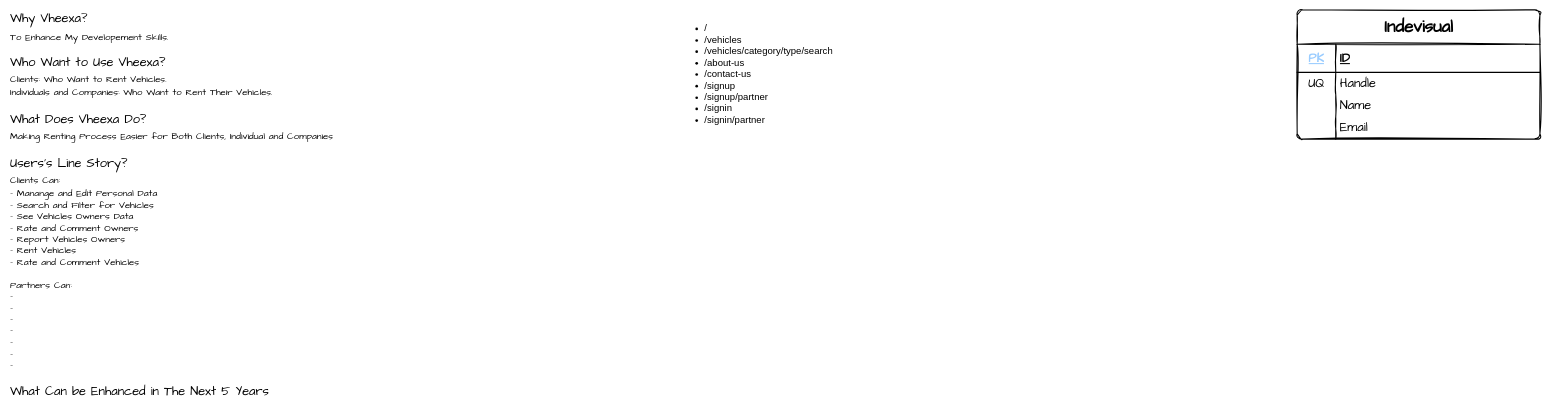
Before: .drawio in alramadi-git/Vheexa, a draw.io diagram. Source tidied: cells renumbered, new cells numbered last; positions are measured from the earlier drawing's top-left corner, leaving out a move shared by most shapes. Both pictures are drawn from the tidied source at 53%, with x=0, y=0 at pixel (9, 10).
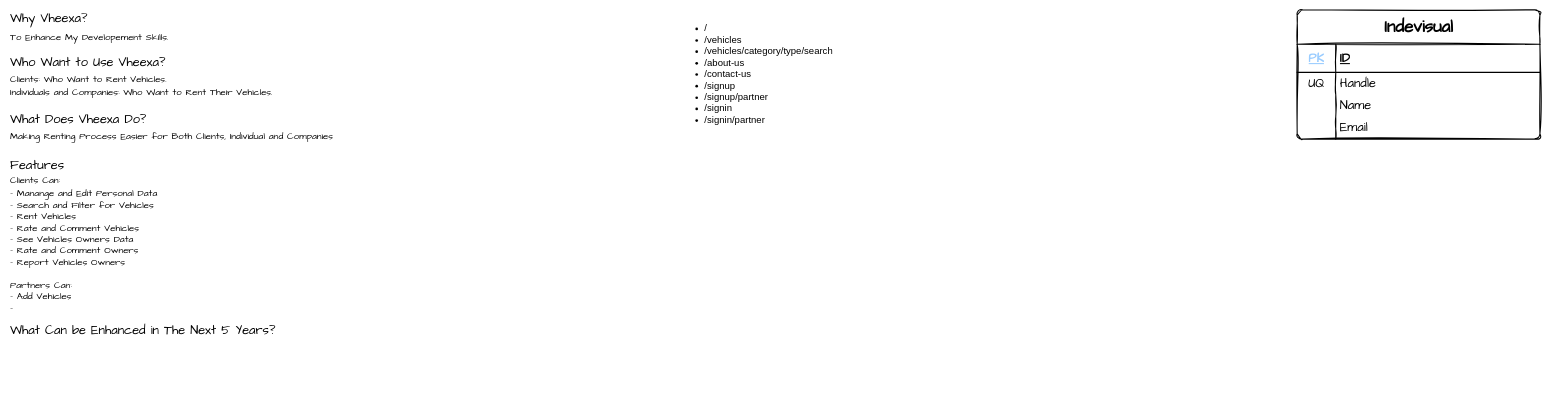
The same page after the edit.

Diff of the diagram source:
```diff
@@
 <mxGraphModel>
   <root>
     <mxCell id="0" />
     <mxCell id="1" parent="0" />
     <mxCell id="2" value="Indevisual" style="shape=table;startSize=65;childLayout=tableLayout;rowLines=0;fontStyle=1;align=center;html=1;rounded=1;absoluteArcSize=1;fontSize=32;sketch=1;curveFitting=1;jiggle=2;swimlaneLine=1;strokeWidth=2;fontFamily=Comic Sans MS;" parent="1" vertex="1">
       <mxGeometry x="2430" width="458" height="244" as="geometry" />
     </mxCell>
     <mxCell id="3" style="shape=tableRow;horizontal=0;startSize=0;swimlaneHead=0;swimlaneBody=0;fillColor=none;top=0;left=0;right=0;bottom=1;rounded=1;strokeWidth=2;fontFamily=Comic Sans MS;" parent="2" vertex="1">
       <mxGeometry y="65" width="458" height="53" as="geometry" />
     </mxCell>
     <mxCell id="4" value="&lt;span&gt;&lt;font&gt;PK&lt;/font&gt;&lt;/span&gt;" style="shape=partialRectangle;fillColor=none;top=0;left=0;bottom=0;right=0;fontStyle=5;overflow=hidden;whiteSpace=wrap;html=1;rounded=1;verticalAlign=middle;align=center;labelBackgroundColor=none;labelBorderColor=none;textShadow=0;strokeWidth=2;fontColor=light-dark(#99CCFF,#FFFFFF);fontSize=24;labelPosition=center;verticalLabelPosition=middle;fontFamily=Comic Sans MS;" parent="3" vertex="1">
       <mxGeometry width="72.8" height="53" as="geometry" />
     </mxCell>
     <mxCell id="5" value="ID" style="shape=partialRectangle;fillColor=none;top=0;left=0;bottom=0;right=0;align=left;spacingLeft=6;fontStyle=5;overflow=hidden;whiteSpace=wrap;html=1;rounded=1;fontSize=24;strokeWidth=2;fontFamily=Comic Sans MS;" parent="3" vertex="1">
       <mxGeometry x="72.8" width="385.2" height="53" as="geometry" />
     </mxCell>
     <mxCell id="6" style="shape=tableRow;horizontal=0;startSize=0;swimlaneHead=0;swimlaneBody=0;fillColor=none;top=0;left=0;right=0;bottom=0;rounded=1;fontFamily=Comic Sans MS;" parent="2" vertex="1">
       <mxGeometry y="118" width="458" height="42" as="geometry" />
     </mxCell>
     <mxCell id="7" value="UQ" style="shape=partialRectangle;fillColor=none;top=0;left=0;bottom=0;right=0;overflow=hidden;whiteSpace=wrap;html=1;rounded=1;fontSize=24;fontFamily=Comic Sans MS;" parent="6" vertex="1">
       <mxGeometry width="72.8" height="42" as="geometry" />
     </mxCell>
     <mxCell id="8" value="Handle" style="shape=partialRectangle;fillColor=none;top=0;left=0;bottom=0;right=0;align=left;spacingLeft=6;overflow=hidden;whiteSpace=wrap;html=1;rounded=1;fontSize=24;fontFamily=Comic Sans MS;" parent="6" vertex="1">
       <mxGeometry x="72.8" width="385.2" height="42" as="geometry" />
     </mxCell>
     <mxCell id="9" style="shape=tableRow;horizontal=0;startSize=0;swimlaneHead=0;swimlaneBody=0;fillColor=none;top=0;left=0;right=0;bottom=0;rounded=1;fontFamily=Comic Sans MS;" parent="2" vertex="1">
       <mxGeometry y="160" width="458" height="42" as="geometry" />
     </mxCell>
     <mxCell id="10" style="shape=partialRectangle;fillColor=none;top=0;left=0;bottom=0;right=0;overflow=hidden;whiteSpace=wrap;html=1;rounded=1;fontSize=24;fontFamily=Comic Sans MS;" parent="9" vertex="1">
       <mxGeometry width="72.8" height="42" as="geometry" />
     </mxCell>
     <mxCell id="11" value="Name" style="shape=partialRectangle;fillColor=none;top=0;left=0;bottom=0;right=0;align=left;spacingLeft=6;overflow=hidden;whiteSpace=wrap;html=1;rounded=1;fontSize=24;fontFamily=Comic Sans MS;" parent="9" vertex="1">
       <mxGeometry x="72.8" width="385.2" height="42" as="geometry" />
     </mxCell>
     <mxCell id="12" style="shape=tableRow;horizontal=0;startSize=0;swimlaneHead=0;swimlaneBody=0;fillColor=none;top=0;left=0;right=0;bottom=0;rounded=1;fontFamily=Comic Sans MS;" parent="2" vertex="1">
       <mxGeometry y="202" width="458" height="42" as="geometry" />
     </mxCell>
     <mxCell id="13" style="shape=partialRectangle;fillColor=none;top=0;left=0;bottom=0;right=0;overflow=hidden;whiteSpace=wrap;html=1;rounded=1;fontSize=24;fontFamily=Comic Sans MS;" parent="12" vertex="1">
       <mxGeometry width="72.8" height="42" as="geometry" />
     </mxCell>
     <mxCell id="14" value="Email" style="shape=partialRectangle;fillColor=none;top=0;left=0;bottom=0;right=0;align=left;spacingLeft=6;overflow=hidden;whiteSpace=wrap;html=1;rounded=1;fontSize=24;fontFamily=Comic Sans MS;" parent="12" vertex="1">
       <mxGeometry x="72.8" width="385.2" height="42" as="geometry" />
     </mxCell>
-    <mxCell id="15" value="&lt;h1 style=&quot;margin-top: 0px; line-height: 90%;&quot;&gt;&lt;span style=&quot;background-color: transparent; font-weight: normal;&quot;&gt;Why Vheexa?&lt;/span&gt;&lt;/h1&gt;&lt;div style=&quot;line-height: 90%;&quot;&gt;&lt;div&gt;&lt;span style=&quot;background-color: transparent; font-size: 18px; line-height: 90%;&quot;&gt;To Enhance My Developement Skills.&lt;/span&gt;&lt;/div&gt;&lt;/div&gt;&lt;div&gt;&lt;span style=&quot;font-size: 18px; background-color: transparent;&quot;&gt;&lt;br&gt;&lt;/span&gt;&lt;/div&gt;&lt;div style=&quot;line-height: 150%;&quot;&gt;&lt;font style=&quot;font-size: 24px; line-height: 150%;&quot;&gt;Who Want to Use Vheexa?&lt;/font&gt;&lt;/div&gt;&lt;div style=&quot;line-height: 150%;&quot;&gt;&lt;span style=&quot;font-size: 18px; line-height: 150%;&quot;&gt;Clients: Who Want to Rent Vehicles.&lt;/span&gt;&lt;/div&gt;&lt;div&gt;&lt;font style=&quot;font-size: 18px;&quot;&gt;&lt;span style=&quot;&quot;&gt;Individuals and Companies: Who Want to Rent Their Vehicles.&lt;/span&gt;&lt;/font&gt;&lt;/div&gt;&lt;div&gt;&lt;font style=&quot;font-size: 18px;&quot;&gt;&lt;span style=&quot;&quot;&gt;&lt;br&gt;&lt;/span&gt;&lt;/font&gt;&lt;/div&gt;&lt;div style=&quot;line-height: 150%;&quot;&gt;&lt;font style=&quot;font-size: 24px; line-height: 150%;&quot;&gt;&lt;span&gt;What Does Vheexa Do?&lt;/span&gt;&lt;/font&gt;&lt;/div&gt;&lt;div style=&quot;line-height: 150%;&quot;&gt;&lt;span style=&quot;font-size: 18px; text-wrap-mode: nowrap; line-height: 150%;&quot;&gt;Making Renting Process Easier for Both Clients, Individual and Companies&lt;/span&gt;&lt;/div&gt;&lt;div&gt;&lt;span style=&quot;font-size: 18px; text-wrap-mode: nowrap;&quot;&gt;&lt;br&gt;&lt;/span&gt;&lt;/div&gt;&lt;div style=&quot;line-height: 150%;&quot;&gt;&lt;span style=&quot;font-size: 24px; line-height: 150%;&quot;&gt;Users's Line Story?&lt;/span&gt;&lt;/div&gt;&lt;div style=&quot;line-height: 150%;&quot;&gt;&lt;span style=&quot;font-size: 18px; text-wrap-mode: nowrap; background-color: transparent; line-height: 150%;&quot;&gt;Clients Can:&lt;/span&gt;&lt;/div&gt;&lt;div style=&quot;text-wrap-mode: nowrap;&quot;&gt;&lt;div style=&quot;&quot;&gt;&lt;span style=&quot;font-size: 18px; background-color: transparent;&quot;&gt;- Manange and Edit Personal Data&lt;/span&gt;&lt;/div&gt;&lt;div style=&quot;&quot;&gt;&lt;font style=&quot;font-size: 18px;&quot;&gt;- Search&amp;nbsp;&lt;span style=&quot;&quot;&gt;and&lt;/span&gt;&amp;nbsp;Filter for Vehicles&lt;/font&gt;&lt;/div&gt;&lt;div style=&quot;&quot;&gt;&lt;font style=&quot;font-size: 18px;&quot;&gt;&lt;font&gt;- See&amp;nbsp;&lt;/font&gt;&lt;span style=&quot;background-color: transparent;&quot;&gt;Vehicles Owners Data&lt;/span&gt;&lt;/font&gt;&lt;/div&gt;&lt;div style=&quot;&quot;&gt;&lt;font style=&quot;font-size: 18px;&quot;&gt;&lt;font style=&quot;&quot;&gt;- R&lt;/font&gt;&lt;span style=&quot;background-color: transparent;&quot;&gt;ate&amp;nbsp;&lt;/span&gt;&lt;span style=&quot;&quot;&gt;and&lt;/span&gt;&lt;span style=&quot;background-color: transparent;&quot;&gt;&amp;nbsp;Comment Owners&lt;/span&gt;&lt;/font&gt;&lt;/div&gt;&lt;div style=&quot;&quot;&gt;&lt;span style=&quot;background-color: transparent;&quot;&gt;&lt;font style=&quot;font-size: 18px;&quot;&gt;- Report Vehicles Owners&lt;/font&gt;&lt;/span&gt;&lt;/div&gt;&lt;div style=&quot;&quot;&gt;&lt;span style=&quot;background-color: transparent;&quot;&gt;&lt;font style=&quot;font-size: 18px;&quot;&gt;- Rent Vehicles&lt;/font&gt;&lt;/span&gt;&lt;/div&gt;&lt;div style=&quot;&quot;&gt;&lt;font style=&quot;font-size: 18px;&quot;&gt;&lt;span style=&quot;background-color: transparent;&quot;&gt;- R&lt;/span&gt;&lt;span style=&quot;background-color: transparent;&quot;&gt;ate&amp;nbsp;&lt;/span&gt;&lt;span style=&quot;&quot;&gt;and&lt;/span&gt;&lt;span style=&quot;background-color: transparent;&quot;&gt;&amp;nbsp;Comment Vehicles&lt;/span&gt;&lt;/font&gt;&lt;/div&gt;&lt;div style=&quot;&quot;&gt;&lt;span style=&quot;background-color: transparent;&quot;&gt;&lt;font style=&quot;font-size: 18px;&quot;&gt;&lt;br&gt;&lt;/font&gt;&lt;/span&gt;&lt;/div&gt;&lt;div style=&quot;&quot;&gt;&lt;font style=&quot;font-size: 18px;&quot;&gt;Partners Can:&lt;/font&gt;&lt;/div&gt;&lt;div style=&quot;&quot;&gt;&lt;font style=&quot;font-size: 18px;&quot;&gt;-&lt;/font&gt;&lt;/div&gt;&lt;div style=&quot;&quot;&gt;&lt;font style=&quot;font-size: 18px;&quot;&gt;-&lt;/font&gt;&lt;/div&gt;&lt;div style=&quot;&quot;&gt;&lt;font style=&quot;font-size: 18px;&quot;&gt;-&lt;/font&gt;&lt;/div&gt;&lt;div style=&quot;&quot;&gt;&lt;font style=&quot;font-size: 18px;&quot;&gt;-&lt;/font&gt;&lt;/div&gt;&lt;div style=&quot;&quot;&gt;&lt;font style=&quot;font-size: 18px;&quot;&gt;-&lt;/font&gt;&lt;/div&gt;&lt;div style=&quot;&quot;&gt;&lt;font style=&quot;font-size: 18px;&quot;&gt;-&lt;/font&gt;&lt;/div&gt;&lt;div style=&quot;&quot;&gt;&lt;font style=&quot;font-size: 18px;&quot;&gt;-&lt;/font&gt;&lt;/div&gt;&lt;div style=&quot;&quot;&gt;&lt;font style=&quot;font-size: 18px;&quot;&gt;&lt;br&gt;&lt;/font&gt;&lt;/div&gt;&lt;div style=&quot;&quot;&gt;&lt;font style=&quot;font-size: 24px;&quot;&gt;&lt;div style=&quot;text-wrap-mode: wrap; line-height: 150%;&quot;&gt;What Can be Enhanced in The Next 5 Years&lt;/div&gt;&lt;/font&gt;&lt;/div&gt;&lt;/div&gt;" style="text;html=1;whiteSpace=wrap;overflow=hidden;rounded=0;fontFamily=Comic Sans MS;fontStyle=0;fontColor=default;" parent="1" vertex="1">
+    <mxCell id="15" value="&lt;h1 style=&quot;margin-top: 0px; line-height: 90%;&quot;&gt;&lt;span style=&quot;background-color: transparent; font-weight: normal;&quot;&gt;Why Vheexa?&lt;/span&gt;&lt;/h1&gt;&lt;div style=&quot;line-height: 90%;&quot;&gt;&lt;div&gt;&lt;span style=&quot;background-color: transparent; font-size: 18px; line-height: 90%;&quot;&gt;To Enhance My Developement Skills.&lt;/span&gt;&lt;/div&gt;&lt;/div&gt;&lt;div&gt;&lt;span style=&quot;font-size: 18px; background-color: transparent;&quot;&gt;&lt;br&gt;&lt;/span&gt;&lt;/div&gt;&lt;div style=&quot;line-height: 150%;&quot;&gt;&lt;font style=&quot;font-size: 24px; line-height: 150%;&quot;&gt;Who Want to Use Vheexa?&lt;/font&gt;&lt;/div&gt;&lt;div style=&quot;line-height: 150%;&quot;&gt;&lt;span style=&quot;font-size: 18px; line-height: 150%;&quot;&gt;Clients: Who Want to Rent Vehicles.&lt;/span&gt;&lt;/div&gt;&lt;div&gt;&lt;font style=&quot;font-size: 18px;&quot;&gt;&lt;span style=&quot;&quot;&gt;Individuals and Companies: Who Want to Rent Their Vehicles.&lt;/span&gt;&lt;/font&gt;&lt;/div&gt;&lt;div&gt;&lt;font style=&quot;font-size: 18px;&quot;&gt;&lt;span style=&quot;&quot;&gt;&lt;br&gt;&lt;/span&gt;&lt;/font&gt;&lt;/div&gt;&lt;div style=&quot;line-height: 150%;&quot;&gt;&lt;font style=&quot;font-size: 24px; line-height: 150%;&quot;&gt;&lt;span&gt;What Does Vheexa Do?&lt;/span&gt;&lt;/font&gt;&lt;/div&gt;&lt;div style=&quot;line-height: 150%;&quot;&gt;&lt;span style=&quot;font-size: 18px; text-wrap-mode: nowrap; line-height: 150%;&quot;&gt;Making Renting Process Easier for Both Clients, Individual and Companies&lt;/span&gt;&lt;/div&gt;&lt;div&gt;&lt;span style=&quot;font-size: 24px; background-color: transparent;&quot;&gt;&lt;br&gt;&lt;/span&gt;&lt;/div&gt;&lt;div&gt;&lt;span style=&quot;font-size: 24px; background-color: transparent;&quot;&gt;Features&lt;/span&gt;&lt;/div&gt;&lt;div style=&quot;line-height: 150%;&quot;&gt;&lt;span style=&quot;font-size: 18px; text-wrap-mode: nowrap; background-color: transparent; line-height: 150%;&quot;&gt;Clients Can:&lt;/span&gt;&lt;/div&gt;&lt;div style=&quot;text-wrap-mode: nowrap;&quot;&gt;&lt;div style=&quot;&quot;&gt;&lt;span style=&quot;font-size: 18px; background-color: transparent;&quot;&gt;- Manange and Edit Personal Data&lt;/span&gt;&lt;/div&gt;&lt;div style=&quot;&quot;&gt;&lt;font style=&quot;font-size: 18px;&quot;&gt;- Search&amp;nbsp;&lt;span style=&quot;&quot;&gt;and&lt;/span&gt;&amp;nbsp;Filter for Vehicles&lt;/font&gt;&lt;/div&gt;&lt;div style=&quot;&quot;&gt;&lt;font style=&quot;font-size: 18px;&quot;&gt;- Rent Vehicles&lt;/font&gt;&lt;/div&gt;&lt;div style=&quot;&quot;&gt;&lt;font style=&quot;font-size: 18px;&quot;&gt;&lt;span style=&quot;background-color: transparent;&quot;&gt;- R&lt;/span&gt;&lt;span style=&quot;background-color: transparent;&quot;&gt;ate&amp;nbsp;&lt;/span&gt;&lt;span style=&quot;&quot;&gt;and&lt;/span&gt;&lt;span style=&quot;background-color: transparent;&quot;&gt;&amp;nbsp;Comment Vehicles&lt;/span&gt;&lt;/font&gt;&lt;/div&gt;&lt;div style=&quot;&quot;&gt;&lt;font style=&quot;font-size: 18px;&quot;&gt;&lt;font&gt;- See&amp;nbsp;&lt;/font&gt;&lt;span style=&quot;background-color: transparent;&quot;&gt;Vehicles Owners Data&lt;/span&gt;&lt;/font&gt;&lt;/div&gt;&lt;div style=&quot;&quot;&gt;&lt;font style=&quot;font-size: 18px;&quot;&gt;&lt;font style=&quot;&quot;&gt;- R&lt;/font&gt;&lt;span style=&quot;background-color: transparent;&quot;&gt;ate&amp;nbsp;&lt;/span&gt;&lt;span style=&quot;&quot;&gt;and&lt;/span&gt;&lt;span style=&quot;background-color: transparent;&quot;&gt;&amp;nbsp;Comment Owners&lt;/span&gt;&lt;/font&gt;&lt;/div&gt;&lt;div style=&quot;&quot;&gt;&lt;span style=&quot;background-color: transparent;&quot;&gt;&lt;font style=&quot;font-size: 18px;&quot;&gt;- Report Vehicles Owners&lt;/font&gt;&lt;/span&gt;&lt;/div&gt;&lt;div style=&quot;&quot;&gt;&lt;span style=&quot;background-color: transparent;&quot;&gt;&lt;font style=&quot;font-size: 18px;&quot;&gt;&lt;br&gt;&lt;/font&gt;&lt;/span&gt;&lt;/div&gt;&lt;div style=&quot;&quot;&gt;&lt;font style=&quot;font-size: 18px;&quot;&gt;Partners Can:&lt;/font&gt;&lt;/div&gt;&lt;div style=&quot;&quot;&gt;&lt;font style=&quot;font-size: 18px;&quot;&gt;- Add Vehicles&lt;/font&gt;&lt;/div&gt;&lt;div style=&quot;&quot;&gt;&lt;font style=&quot;font-size: 18px;&quot;&gt;-&amp;nbsp;&lt;/font&gt;&lt;/div&gt;&lt;div style=&quot;&quot;&gt;&lt;br&gt;&lt;/div&gt;&lt;div style=&quot;&quot;&gt;&lt;font style=&quot;font-size: 24px;&quot;&gt;&lt;div style=&quot;text-wrap-mode: wrap; line-height: 150%;&quot;&gt;What Can be Enhanced in The Next 5 Years?&lt;/div&gt;&lt;/font&gt;&lt;/div&gt;&lt;/div&gt;" style="text;html=1;whiteSpace=wrap;overflow=hidden;rounded=0;fontFamily=Comic Sans MS;fontStyle=0;fontColor=default;fillColor=none;" parent="1" vertex="1">
       <mxGeometry width="633" height="726" as="geometry" />
     </mxCell>
     <mxCell id="16" value="&lt;ul&gt;&lt;li&gt;/&lt;/li&gt;&lt;li&gt;/vehicles&lt;/li&gt;&lt;li&gt;/vehicles/category/type/search&lt;/li&gt;&lt;li&gt;/about-us&lt;/li&gt;&lt;li&gt;/contact-us&lt;/li&gt;&lt;li&gt;/signup&lt;/li&gt;&lt;li&gt;/signup/partner&lt;/li&gt;&lt;li&gt;/signin&lt;/li&gt;&lt;li&gt;/signin/partner&lt;/li&gt;&lt;/ul&gt;" style="text;strokeColor=none;fillColor=none;html=1;whiteSpace=wrap;verticalAlign=top;overflow=hidden;fontSize=18;" parent="1" vertex="1">
       <mxGeometry x="1270" width="488" height="476" as="geometry" />
     </mxCell>
   </root>
 </mxGraphModel>
```
